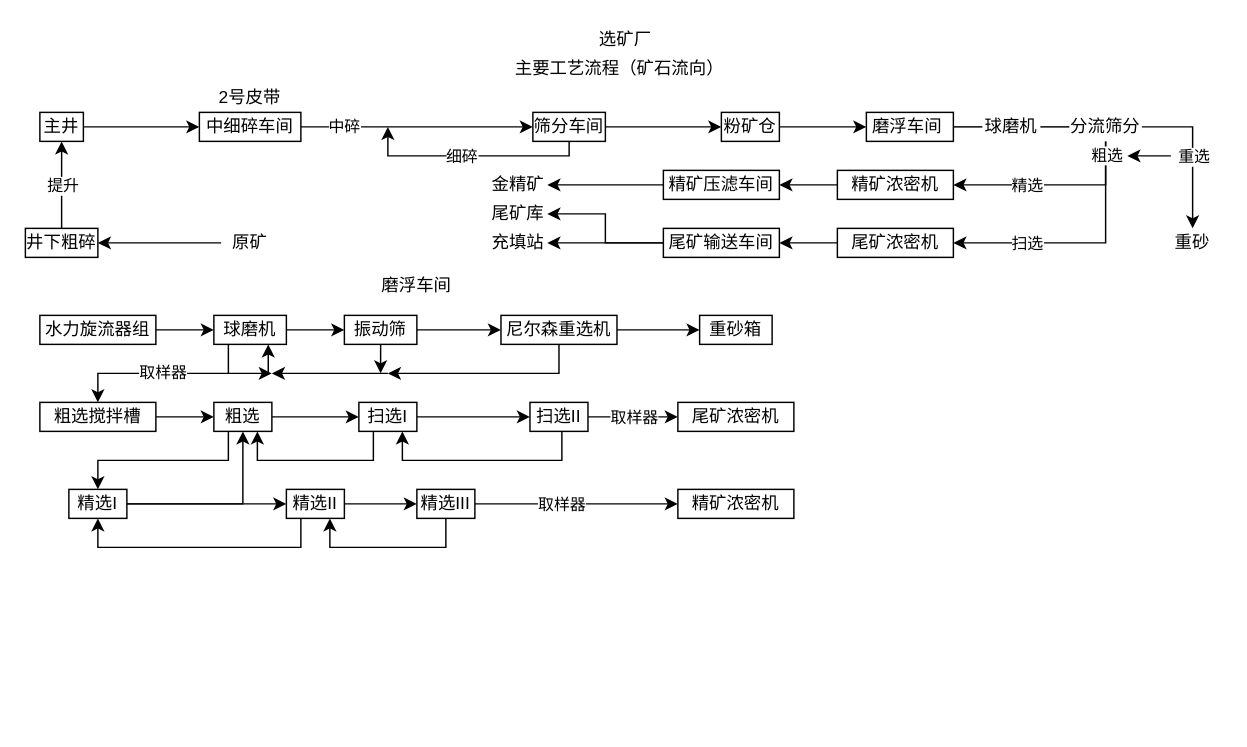
Before: 选矿工艺流程图.drawio in XS0612/daviddraw-drawio-diagrams, a draw.io diagram. Source tidied: cells renumbered, new cells numbered last; positions are measured from the earlier drawing's top-left corner, leaving out a move shared by most shapes. Both pictures are drawn from the tidied source at 145%, with x=0, y=0 at pixel (25, 25).
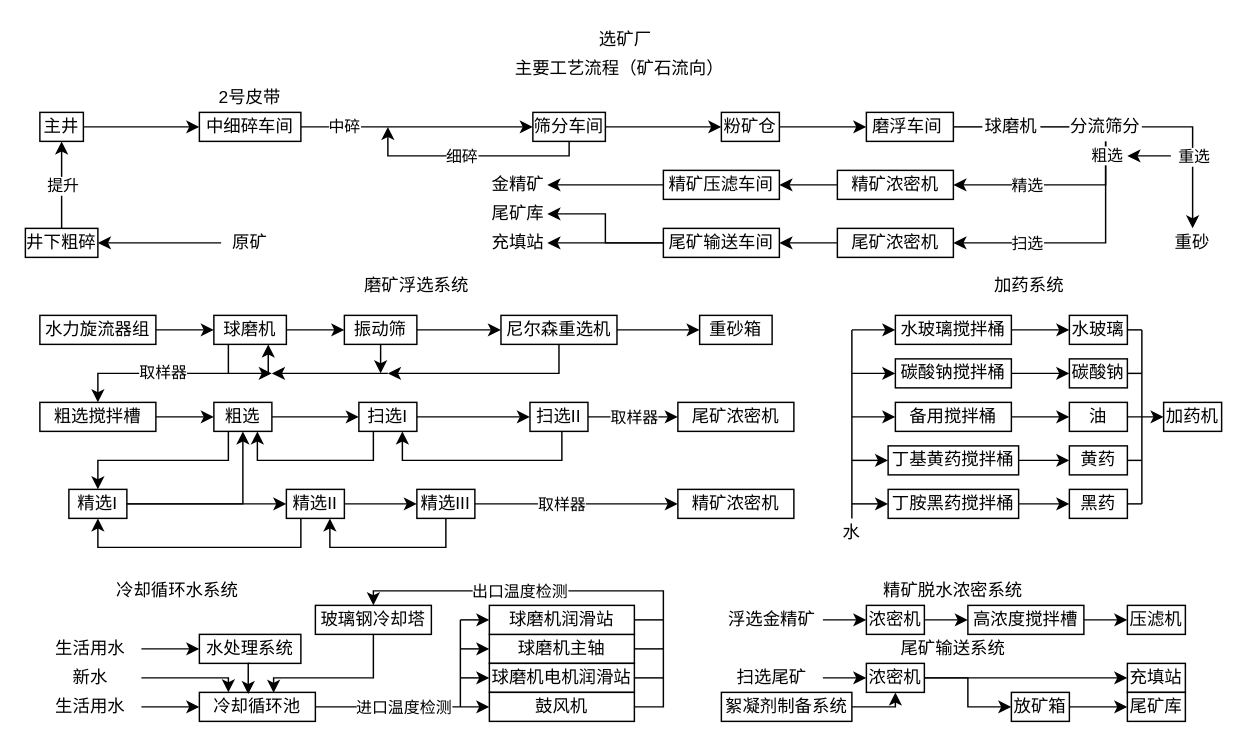
Above is the later version.

Commit message (it also covers changes not shown here):
更新选矿工艺流程图.drawio

The edit, as a diff of the source:
```diff
@@
-    <mxCell id="74" value="磨浮车间" style="text;html=1;whiteSpace=wrap;strokeColor=none;fillColor=none;align=center;verticalAlign=middle;rounded=0;" parent="1" vertex="1">
+    <mxCell id="74" value="磨矿浮选系统" style="text;html=1;whiteSpace=wrap;strokeColor=none;fillColor=none;align=center;verticalAlign=middle;rounded=0;" parent="1" vertex="1">
       <mxGeometry x="10" y="170" width="520" height="20" as="geometry" />
     </mxCell>
@@
+    <mxCell id="88" value="加药系统" style="text;html=1;whiteSpace=wrap;strokeColor=none;fillColor=none;align=center;verticalAlign=middle;rounded=0;" parent="1" vertex="1">
+      <mxGeometry x="560" y="170" width="265" height="20" as="geometry" />
+    </mxCell>
+    <mxCell id="89" value="水玻璃搅拌桶" style="whiteSpace=wrap;html=1;" parent="1" vertex="1">
+      <mxGeometry x="600" y="200" width="80" height="20" as="geometry" />
+    </mxCell>
+    <mxCell id="90" value="碳酸钠搅拌桶" style="whiteSpace=wrap;html=1;" parent="1" vertex="1">
+      <mxGeometry x="600" y="230" width="80" height="20" as="geometry" />
+    </mxCell>
+    <mxCell id="91" value="备用搅拌桶" style="whiteSpace=wrap;html=1;" parent="1" vertex="1">
+      <mxGeometry x="600" y="260" width="80" height="20" as="geometry" />
+    </mxCell>
+    <mxCell id="92" value="丁基黄药搅拌桶" style="whiteSpace=wrap;html=1;" parent="1" vertex="1">
+      <mxGeometry x="595" y="290" width="90" height="20" as="geometry" />
+    </mxCell>
+    <mxCell id="93" value="丁胺黑药搅拌桶" style="whiteSpace=wrap;html=1;" parent="1" vertex="1">
+      <mxGeometry x="595" y="320" width="90" height="20" as="geometry" />
+    </mxCell>
+    <mxCell id="94" value="水玻璃" style="whiteSpace=wrap;html=1;" parent="1" vertex="1">
+      <mxGeometry x="720" y="200" width="40" height="20" as="geometry" />
+    </mxCell>
+    <mxCell id="95" value="碳酸钠" style="whiteSpace=wrap;html=1;" parent="1" vertex="1">
+      <mxGeometry x="720" y="230" width="40" height="20" as="geometry" />
+    </mxCell>
+    <mxCell id="96" style="edgeStyle=orthogonalEdgeStyle;rounded=0;jettySize=auto;html=1;" parent="1" edge="1" source="97" target="112">
+      <mxGeometry relative="1" as="geometry" />
+    </mxCell>
+    <mxCell id="97" value="油" style="whiteSpace=wrap;html=1;" parent="1" vertex="1">
+      <mxGeometry x="720" y="260" width="40" height="20" as="geometry" />
+    </mxCell>
+    <mxCell id="98" value="黄药" style="whiteSpace=wrap;html=1;" parent="1" vertex="1">
+      <mxGeometry x="720" y="290" width="40" height="20" as="geometry" />
+    </mxCell>
+    <mxCell id="99" value="黑药" style="whiteSpace=wrap;html=1;" parent="1" vertex="1">
+      <mxGeometry x="720" y="320" width="40" height="20" as="geometry" />
+    </mxCell>
+    <mxCell id="100" style="endArrow=none;html=1;rounded=0;entryX=0.5;entryY=0;entryDx=0;entryDy=0;" parent="1" edge="1" target="101">
+      <mxGeometry relative="1" as="geometry">
+        <mxPoint x="570" y="210" as="sourcePoint" />
+      </mxGeometry>
+    </mxCell>
+    <mxCell id="101" value="水" style="text;html=1;whiteSpace=wrap;strokeColor=none;fillColor=none;align=center;verticalAlign=middle;rounded=0;" parent="1" vertex="1">
+      <mxGeometry x="560" y="340" width="20" height="20" as="geometry" />
+    </mxCell>
+    <mxCell id="102" style="endArrow=classic;html=1;rounded=0;entryX=0;entryY=0.5;entryDx=0;entryDy=0;" parent="1" edge="1" target="89">
+      <mxGeometry relative="1" as="geometry">
+        <mxPoint x="570" y="210" as="sourcePoint" />
+      </mxGeometry>
+    </mxCell>
+    <mxCell id="103" style="endArrow=classic;html=1;rounded=0;entryX=0;entryY=0.5;entryDx=0;entryDy=0;" parent="1" edge="1" target="90">
+      <mxGeometry relative="1" as="geometry">
+        <mxPoint x="570" y="240" as="sourcePoint" />
+      </mxGeometry>
+    </mxCell>
+    <mxCell id="104" style="endArrow=classic;html=1;rounded=0;entryX=0;entryY=0.5;entryDx=0;entryDy=0;" parent="1" edge="1" target="91">
+      <mxGeometry relative="1" as="geometry">
+        <mxPoint x="570" y="270" as="sourcePoint" />
+      </mxGeometry>
+    </mxCell>
+    <mxCell id="105" style="endArrow=classic;html=1;rounded=0;entryX=0;entryY=0.5;entryDx=0;entryDy=0;" parent="1" edge="1" target="92">
+      <mxGeometry relative="1" as="geometry">
+        <mxPoint x="570" y="300" as="sourcePoint" />
+      </mxGeometry>
+    </mxCell>
+    <mxCell id="106" style="endArrow=classic;html=1;rounded=0;entryX=0;entryY=0.5;entryDx=0;entryDy=0;" parent="1" edge="1" target="93">
+      <mxGeometry relative="1" as="geometry">
+        <mxPoint x="570" y="330" as="sourcePoint" />
+      </mxGeometry>
+    </mxCell>
+    <mxCell id="107" style="endArrow=classic;html=1;rounded=0;entryX=0;entryY=0.5;entryDx=0;entryDy=0;exitX=1;exitY=0.5;exitDx=0;exitDy=0;" parent="1" edge="1" source="89" target="94">
+      <mxGeometry relative="1" as="geometry" />
+    </mxCell>
+    <mxCell id="108" style="endArrow=classic;html=1;rounded=0;entryX=0;entryY=0.5;entryDx=0;entryDy=0;exitX=1;exitY=0.5;exitDx=0;exitDy=0;" parent="1" edge="1" source="90" target="95">
+      <mxGeometry relative="1" as="geometry" />
+    </mxCell>
+    <mxCell id="109" style="endArrow=classic;html=1;rounded=0;entryX=0;entryY=0.5;entryDx=0;entryDy=0;exitX=1;exitY=0.5;exitDx=0;exitDy=0;" parent="1" edge="1" source="91" target="97">
+      <mxGeometry relative="1" as="geometry" />
+    </mxCell>
+    <mxCell id="110" style="endArrow=classic;html=1;rounded=0;entryX=0;entryY=0.5;entryDx=0;entryDy=0;exitX=1;exitY=0.5;exitDx=0;exitDy=0;" parent="1" edge="1" source="92" target="98">
+      <mxGeometry relative="1" as="geometry" />
+    </mxCell>
+    <mxCell id="111" style="endArrow=classic;html=1;rounded=0;entryX=0;entryY=0.5;entryDx=0;entryDy=0;exitX=1;exitY=0.5;exitDx=0;exitDy=0;" parent="1" edge="1" source="93" target="99">
+      <mxGeometry relative="1" as="geometry" />
+    </mxCell>
+    <mxCell id="112" value="加药机" style="whiteSpace=wrap;html=1;" parent="1" vertex="1">
+      <mxGeometry x="785" y="260" width="40" height="20" as="geometry" />
+    </mxCell>
+    <mxCell id="113" style="endArrow=none;html=1;rounded=0;exitX=1;exitY=0.5;exitDx=0;exitDy=0;" parent="1" edge="1" source="94">
+      <mxGeometry relative="1" as="geometry">
+        <mxPoint x="770" y="210" as="targetPoint" />
+      </mxGeometry>
+    </mxCell>
+    <mxCell id="114" style="endArrow=none;html=1;rounded=0;exitX=1;exitY=0.5;exitDx=0;exitDy=0;" parent="1" edge="1" source="95">
+      <mxGeometry relative="1" as="geometry">
+        <mxPoint x="770" y="240" as="targetPoint" />
+      </mxGeometry>
+    </mxCell>
+    <mxCell id="115" style="endArrow=none;html=1;rounded=0;exitX=1;exitY=0.5;exitDx=0;exitDy=0;" parent="1" edge="1" source="98">
+      <mxGeometry relative="1" as="geometry">
+        <mxPoint x="770" y="300" as="targetPoint" />
+      </mxGeometry>
+    </mxCell>
+    <mxCell id="116" style="endArrow=none;html=1;rounded=0;exitX=1;exitY=0.5;exitDx=0;exitDy=0;" parent="1" edge="1" source="99">
+      <mxGeometry relative="1" as="geometry">
+        <mxPoint x="770" y="330" as="targetPoint" />
+      </mxGeometry>
+    </mxCell>
+    <mxCell id="117" style="endArrow=none;html=1;rounded=0;" parent="1" edge="1">
+      <mxGeometry relative="1" as="geometry">
+        <mxPoint x="770" y="210" as="sourcePoint" />
+        <mxPoint x="770" y="330" as="targetPoint" />
+      </mxGeometry>
+    </mxCell>
+    <mxCell id="118" value="冷却循环水系统" style="text;html=1;whiteSpace=wrap;strokeColor=none;fillColor=none;align=center;verticalAlign=middle;rounded=0;" parent="1" vertex="1">
+      <mxGeometry x="10" y="380" width="190" height="20" as="geometry" />
+    </mxCell>
+    <mxCell id="119" style="edgeStyle=orthogonalEdgeStyle;rounded=0;jettySize=auto;html=1;exitX=1;exitY=0.5;exitDx=0;exitDy=0;entryX=0;entryY=0.5;entryDx=0;entryDy=0;" parent="1" edge="1" source="120" target="125">
+      <mxGeometry relative="1" as="geometry" />
+    </mxCell>
+    <mxCell id="120" value="生活用水" style="text;html=1;whiteSpace=wrap;strokeColor=none;fillColor=none;align=center;verticalAlign=middle;rounded=0;" parent="1" vertex="1">
+      <mxGeometry x="10" y="420" width="70" height="20" as="geometry" />
+    </mxCell>
+    <mxCell id="121" style="edgeStyle=orthogonalEdgeStyle;rounded=0;jettySize=auto;html=1;exitX=1;exitY=0.5;exitDx=0;exitDy=0;entryX=0.25;entryY=0;entryDx=0;entryDy=0;" parent="1" edge="1" source="122" target="128">
+      <mxGeometry relative="1" as="geometry">
+        <Array as="points">
+          <mxPoint x="140" y="450" />
+        </Array>
+      </mxGeometry>
+    </mxCell>
+    <mxCell id="122" value="新水" style="text;html=1;whiteSpace=wrap;strokeColor=none;fillColor=none;align=center;verticalAlign=middle;rounded=0;" parent="1" vertex="1">
+      <mxGeometry x="10" y="440" width="70" height="20" as="geometry" />
+    </mxCell>
+    <mxCell id="123" style="edgeStyle=orthogonalEdgeStyle;rounded=0;jettySize=auto;html=1;entryX=0;entryY=0.5;entryDx=0;entryDy=0;" parent="1" edge="1" source="124" target="128">
+      <mxGeometry relative="1" as="geometry" />
+    </mxCell>
+    <mxCell id="124" value="生活用水" style="text;html=1;whiteSpace=wrap;strokeColor=none;fillColor=none;align=center;verticalAlign=middle;rounded=0;" parent="1" vertex="1">
+      <mxGeometry x="10" y="460" width="70" height="20" as="geometry" />
+    </mxCell>
+    <mxCell id="125" value="水处理系统" style="whiteSpace=wrap;html=1;" parent="1" vertex="1">
+      <mxGeometry x="120" y="420" width="70" height="20" as="geometry" />
+    </mxCell>
+    <mxCell id="126" style="edgeStyle=orthogonalEdgeStyle;rounded=0;jettySize=auto;html=1;entryX=0;entryY=0.5;entryDx=0;entryDy=0;" parent="1" edge="1" source="128" target="134">
+      <mxGeometry relative="1" as="geometry" />
+    </mxCell>
+    <mxCell id="127" value="进口温度检测" style="edgeLabel;html=1;align=center;verticalAlign=middle;" parent="126" vertex="1">
+      <mxGeometry x="-0.01" y="-2" relative="1" as="geometry">
+        <mxPoint x="1" y="-2" as="offset" />
+      </mxGeometry>
+    </mxCell>
+    <mxCell id="128" value="冷却循环池" style="whiteSpace=wrap;html=1;" parent="1" vertex="1">
+      <mxGeometry x="120" y="460" width="80" height="20" as="geometry" />
+    </mxCell>
+    <mxCell id="129" value="球磨机主轴" style="whiteSpace=wrap;html=1;" parent="1" vertex="1">
+      <mxGeometry x="320" y="420" width="100" height="20" as="geometry" />
+    </mxCell>
+    <mxCell id="130" value="球磨机润滑站" style="whiteSpace=wrap;html=1;" parent="1" vertex="1">
+      <mxGeometry x="320" y="400" width="100" height="20" as="geometry" />
+    </mxCell>
+    <mxCell id="131" value="球磨机电机润滑站" style="whiteSpace=wrap;html=1;" parent="1" vertex="1">
+      <mxGeometry x="320" y="440" width="100" height="20" as="geometry" />
+    </mxCell>
+    <mxCell id="132" style="edgeStyle=orthogonalEdgeStyle;rounded=0;jettySize=auto;html=1;exitX=1;exitY=0.5;exitDx=0;exitDy=0;entryX=0.5;entryY=0;entryDx=0;entryDy=0;" parent="1" edge="1" source="134" target="143">
+      <mxGeometry relative="1" as="geometry">
+        <Array as="points">
+          <mxPoint x="440" y="470" />
+          <mxPoint x="440" y="390" />
+          <mxPoint x="240" y="390" />
+        </Array>
+      </mxGeometry>
+    </mxCell>
+    <mxCell id="133" value="出口温度检测" style="edgeLabel;html=1;align=center;verticalAlign=middle;" parent="132" vertex="1">
+      <mxGeometry x="0.3" y="4" relative="1" as="geometry">
+        <mxPoint x="2" y="-4" as="offset" />
+      </mxGeometry>
+    </mxCell>
+    <mxCell id="134" value="鼓风机" style="whiteSpace=wrap;html=1;" parent="1" vertex="1">
+      <mxGeometry x="320" y="460" width="100" height="20" as="geometry" />
+    </mxCell>
+    <mxCell id="135" style="endArrow=none;html=1;rounded=0;" parent="1" edge="1">
+      <mxGeometry relative="1" as="geometry">
+        <mxPoint x="300" y="470" as="sourcePoint" />
+        <mxPoint x="300" y="410" as="targetPoint" />
+      </mxGeometry>
+    </mxCell>
+    <mxCell id="136" style="endArrow=classic;html=1;rounded=0;entryX=0;entryY=0.5;entryDx=0;entryDy=0;" parent="1" edge="1" target="130">
+      <mxGeometry relative="1" as="geometry">
+        <mxPoint x="300" y="410" as="sourcePoint" />
+      </mxGeometry>
+    </mxCell>
+    <mxCell id="137" style="endArrow=classic;html=1;rounded=0;entryX=0;entryY=0.5;entryDx=0;entryDy=0;" parent="1" edge="1" target="129">
+      <mxGeometry relative="1" as="geometry">
+        <mxPoint x="300" y="430" as="sourcePoint" />
+      </mxGeometry>
+    </mxCell>
+    <mxCell id="138" style="endArrow=classic;html=1;rounded=0;entryX=0;entryY=0.5;entryDx=0;entryDy=0;" parent="1" edge="1" target="131">
+      <mxGeometry relative="1" as="geometry">
+        <mxPoint x="300" y="450" as="sourcePoint" />
+      </mxGeometry>
+    </mxCell>
+    <mxCell id="139" style="endArrow=none;html=1;rounded=0;exitX=1;exitY=0.5;exitDx=0;exitDy=0;" parent="1" edge="1" source="130">
+      <mxGeometry relative="1" as="geometry">
+        <mxPoint x="440" y="410" as="targetPoint" />
+      </mxGeometry>
+    </mxCell>
+    <mxCell id="140" style="endArrow=none;html=1;rounded=0;exitX=1;exitY=0.5;exitDx=0;exitDy=0;" parent="1" edge="1" source="129">
+      <mxGeometry relative="1" as="geometry">
+        <mxPoint x="440" y="430" as="targetPoint" />
+      </mxGeometry>
+    </mxCell>
+    <mxCell id="141" style="endArrow=none;html=1;rounded=0;exitX=1;exitY=0.5;exitDx=0;exitDy=0;" parent="1" edge="1" source="131">
+      <mxGeometry relative="1" as="geometry">
+        <mxPoint x="440" y="450" as="targetPoint" />
+      </mxGeometry>
+    </mxCell>
+    <mxCell id="142" style="edgeStyle=orthogonalEdgeStyle;rounded=0;jettySize=auto;html=1;exitX=0.5;exitY=1;exitDx=0;exitDy=0;entryX=0.64;entryY=0.017;entryDx=0;entryDy=0;entryPerimeter=0;" parent="1" edge="1" source="143" target="128">
+      <mxGeometry relative="1" as="geometry">
+        <Array as="points">
+          <mxPoint x="240" y="450" />
+          <mxPoint x="171.2" y="450" />
+        </Array>
+      </mxGeometry>
+    </mxCell>
+    <mxCell id="143" value="玻璃钢冷却塔" style="whiteSpace=wrap;html=1;" parent="1" vertex="1">
+      <mxGeometry x="200" y="400" width="80" height="20" as="geometry" />
+    </mxCell>
+    <mxCell id="144" style="edgeStyle=orthogonalEdgeStyle;rounded=0;jettySize=auto;html=1;exitX=0.5;exitY=1;exitDx=0;exitDy=0;entryX=0.421;entryY=0.058;entryDx=0;entryDy=0;entryPerimeter=0;" parent="1" edge="1" source="125" target="128">
+      <mxGeometry relative="1" as="geometry" />
+    </mxCell>
+    <mxCell id="145" value="精矿脱水浓密系统" style="text;html=1;whiteSpace=wrap;strokeColor=none;fillColor=none;align=center;verticalAlign=middle;rounded=0;" parent="1" vertex="1">
+      <mxGeometry x="480" y="380" width="320" height="20" as="geometry" />
+    </mxCell>
+    <mxCell id="146" style="edgeStyle=orthogonalEdgeStyle;rounded=0;jettySize=auto;html=1;entryX=0;entryY=0.5;entryDx=0;entryDy=0;" parent="1" edge="1" source="147" target="152">
+      <mxGeometry relative="1" as="geometry" />
+    </mxCell>
+    <mxCell id="147" value="浮选金精矿" style="text;html=1;whiteSpace=wrap;strokeColor=none;fillColor=none;align=center;verticalAlign=middle;rounded=0;" parent="1" vertex="1">
+      <mxGeometry x="480" y="400" width="70" height="20" as="geometry" />
+    </mxCell>
+    <mxCell id="148" style="edgeStyle=orthogonalEdgeStyle;rounded=0;jettySize=auto;html=1;" parent="1" edge="1" source="149" target="150">
+      <mxGeometry relative="1" as="geometry" />
+    </mxCell>
+    <mxCell id="149" value="高浓度搅拌槽" style="whiteSpace=wrap;html=1;" parent="1" vertex="1">
+      <mxGeometry x="650" y="400" width="80" height="20" as="geometry" />
+    </mxCell>
+    <mxCell id="150" value="压滤机" style="whiteSpace=wrap;html=1;" parent="1" vertex="1">
+      <mxGeometry x="760" y="400" width="40" height="20" as="geometry" />
+    </mxCell>
+    <mxCell id="151" style="edgeStyle=orthogonalEdgeStyle;rounded=0;jettySize=auto;html=1;entryX=0;entryY=0.5;entryDx=0;entryDy=0;" parent="1" edge="1" source="152" target="149">
+      <mxGeometry relative="1" as="geometry" />
+    </mxCell>
+    <mxCell id="152" value="浓密机" style="whiteSpace=wrap;html=1;" parent="1" vertex="1">
+      <mxGeometry x="580" y="400" width="40" height="20" as="geometry" />
+    </mxCell>
+    <mxCell id="153" value="尾矿输送系统" style="text;html=1;whiteSpace=wrap;strokeColor=none;fillColor=none;align=center;verticalAlign=middle;rounded=0;" parent="1" vertex="1">
+      <mxGeometry x="600" y="420" width="80" height="20" as="geometry" />
+    </mxCell>
+    <mxCell id="154" style="edgeStyle=orthogonalEdgeStyle;rounded=0;jettySize=auto;html=1;exitX=1;exitY=0.5;exitDx=0;exitDy=0;entryX=0;entryY=0.5;entryDx=0;entryDy=0;" parent="1" edge="1" source="155" target="158">
+      <mxGeometry relative="1" as="geometry" />
+    </mxCell>
+    <mxCell id="155" value="扫选尾矿" style="text;html=1;whiteSpace=wrap;strokeColor=none;fillColor=none;align=center;verticalAlign=middle;rounded=0;" parent="1" vertex="1">
+      <mxGeometry x="480" y="440" width="70" height="20" as="geometry" />
+    </mxCell>
+    <mxCell id="156" style="edgeStyle=orthogonalEdgeStyle;rounded=0;jettySize=auto;html=1;exitX=1;exitY=0.5;exitDx=0;exitDy=0;entryX=0;entryY=0.5;entryDx=0;entryDy=0;" parent="1" edge="1" source="158" target="161">
+      <mxGeometry relative="1" as="geometry" />
+    </mxCell>
+    <mxCell id="157" style="edgeStyle=orthogonalEdgeStyle;rounded=0;jettySize=auto;html=1;entryX=0;entryY=0.5;entryDx=0;entryDy=0;" parent="1" edge="1" source="158" target="163">
+      <mxGeometry relative="1" as="geometry" />
+    </mxCell>
+    <mxCell id="158" value="浓密机" style="whiteSpace=wrap;html=1;" parent="1" vertex="1">
+      <mxGeometry x="580" y="440" width="40" height="20" as="geometry" />
+    </mxCell>
+    <mxCell id="159" style="edgeStyle=orthogonalEdgeStyle;rounded=0;jettySize=auto;html=1;exitX=1;exitY=0.5;exitDx=0;exitDy=0;entryX=0.5;entryY=1;entryDx=0;entryDy=0;" parent="1" edge="1" source="160" target="158">
+      <mxGeometry relative="1" as="geometry" />
+    </mxCell>
+    <mxCell id="160" value="絮凝剂制备系统" style="whiteSpace=wrap;html=1;" parent="1" vertex="1">
+      <mxGeometry x="480" y="460" width="90" height="20" as="geometry" />
+    </mxCell>
+    <mxCell id="161" value="充填站" style="whiteSpace=wrap;html=1;" parent="1" vertex="1">
+      <mxGeometry x="760" y="440" width="40" height="20" as="geometry" />
+    </mxCell>
+    <mxCell id="162" style="edgeStyle=orthogonalEdgeStyle;rounded=0;jettySize=auto;html=1;exitX=1;exitY=0.5;exitDx=0;exitDy=0;entryX=0;entryY=0.5;entryDx=0;entryDy=0;" parent="1" edge="1" source="163" target="164">
+      <mxGeometry relative="1" as="geometry" />
+    </mxCell>
+    <mxCell id="163" value="放矿箱" style="whiteSpace=wrap;html=1;" parent="1" vertex="1">
+      <mxGeometry x="680" y="460" width="40" height="20" as="geometry" />
+    </mxCell>
+    <mxCell id="164" value="尾矿库" style="whiteSpace=wrap;html=1;" parent="1" vertex="1">
+      <mxGeometry x="760" y="460" width="40" height="20" as="geometry" />
+    </mxCell>
```
